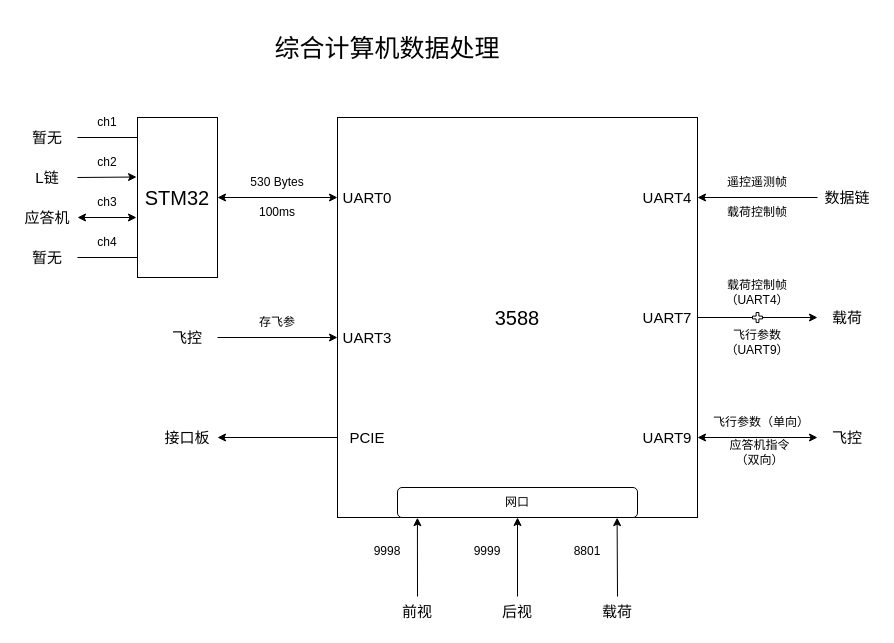
Before: 数据流向.drawio in SCERush/drawio, a draw.io diagram. Source tidied: cells renumbered, new cells numbered last; positions are measured from the earlier drawing's top-left corner, leaving out a move shared by most shapes. Both pictures are drawn from the tidied source at 100%, with x=0, y=0 at pixel (17, 17).
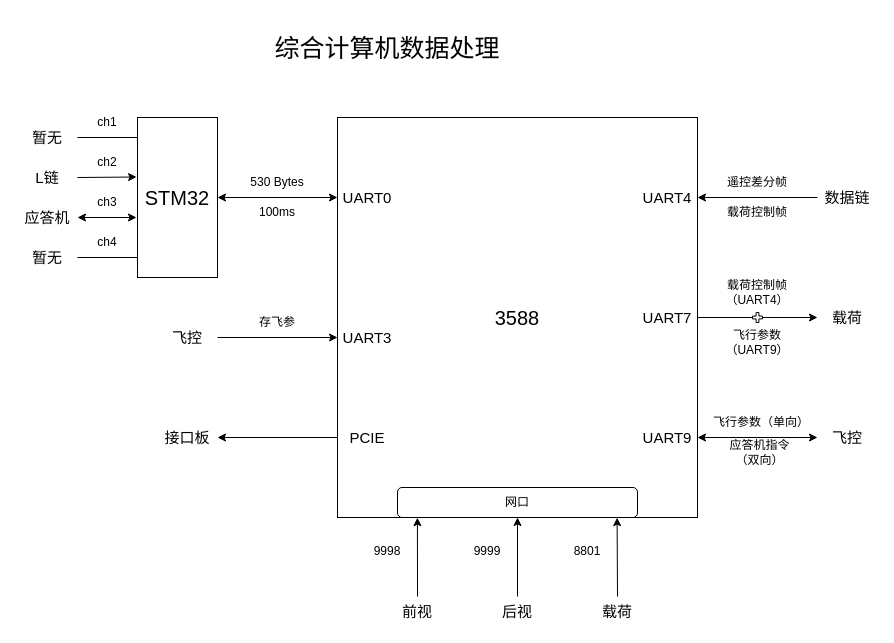
Above is the later version.

Commit message:
更新数据流向.drawio

The edit, as a diff of the source:
```diff
@@
-    <mxCell id="40" value="遥控遥测帧" style="text;html=1;whiteSpace=wrap;strokeColor=none;fillColor=none;align=center;verticalAlign=middle;rounded=0;" parent="1" vertex="1">
+    <mxCell id="40" value="遥控差分帧" style="text;html=1;whiteSpace=wrap;strokeColor=none;fillColor=none;align=center;verticalAlign=middle;rounded=0;" parent="1" vertex="1">
       <mxGeometry x="700" y="150" width="80" height="30" as="geometry" />
     </mxCell>
```
